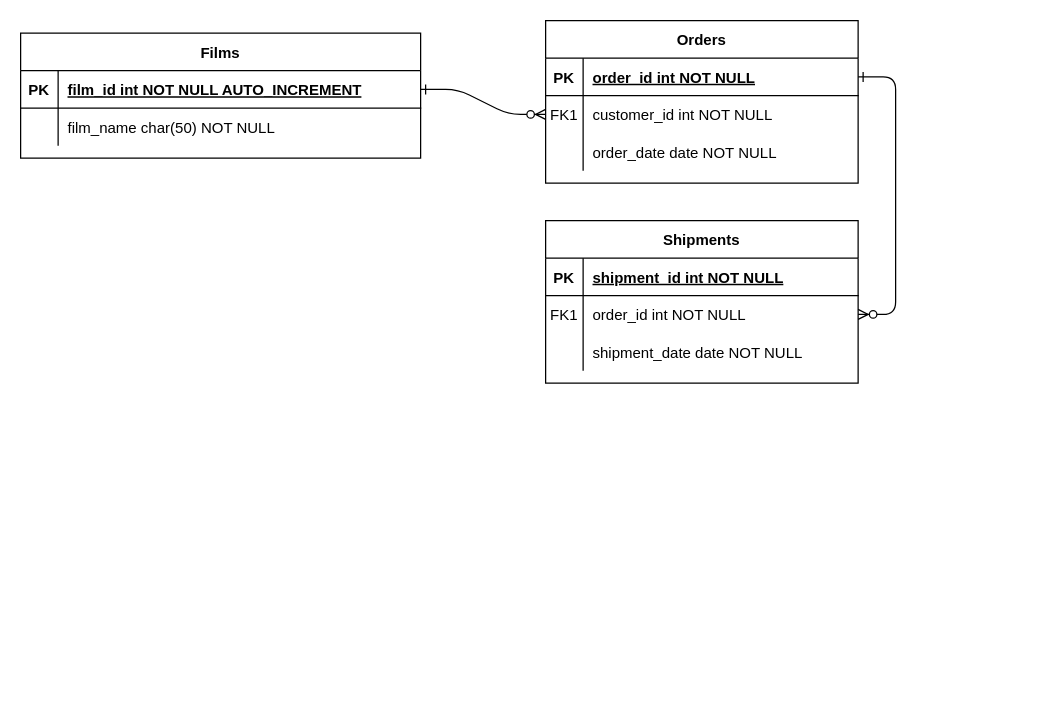
Above: Documents/Film TV Tracker ER diagram ver 1.drawio in Tasdiq-Dewan/Film-TV-Tracker-Project (draw.io), before the change. Source tidied: cells renumbered, new cells numbered last; positions are measured from the earlier drawing's top-left corner, leaving out a move shared by most shapes. Both pictures are drawn from the tidied source at 125%, with x=0, y=0 at pixel (20, 20).
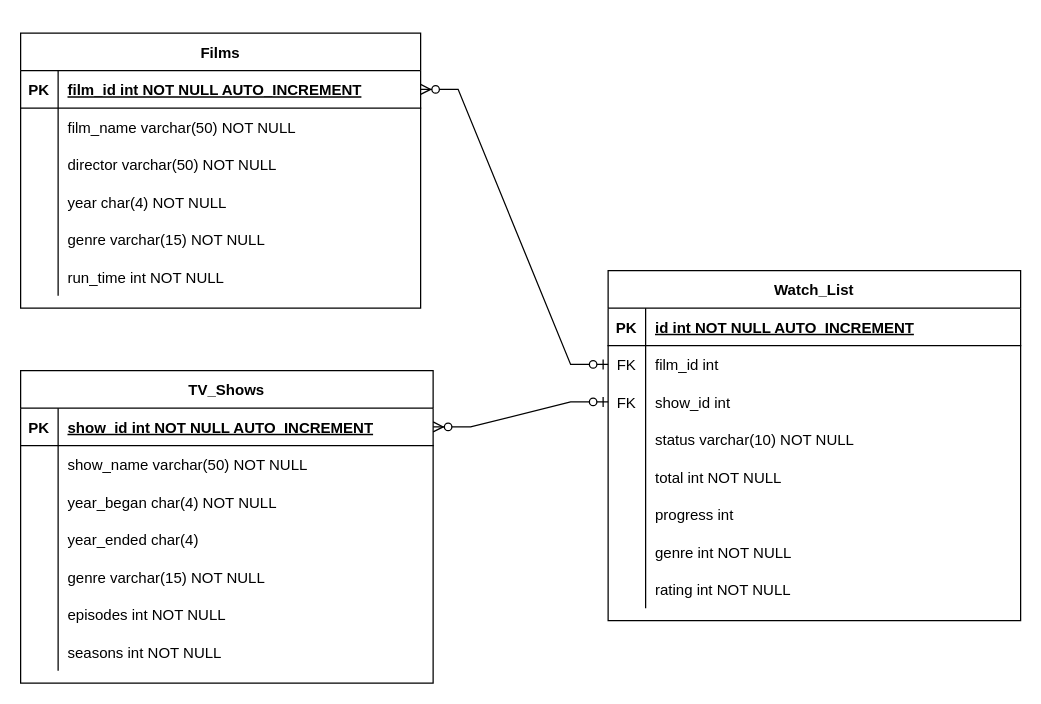
The same page after the edit.

Commit message (it also covers changes not shown here):
finished version 1 of ER diagram and exported PNG

Unchanged cells that the change refers to:
```xml
<mxCell id="25" style="shape=partialRectangle;fillColor=none;points=[[0,0.5],[1,0.5]];portConstraint=eastwest;top=0;left=0;right=0;bottom=1;" parent="24" vertex="1">
  <mxGeometry y="30" width="320" height="30" as="geometry" />
</mxCell>
<mxCell id="28" style="shape=partialRectangle;fillColor=none;top=0;left=0;right=0;bottom=0;" parent="24" vertex="1">
  <mxGeometry y="60" width="320" height="30" as="geometry" />
</mxCell>
```

The edit, as a diff of the source:
```diff
@@
-    <mxCell id="2" style="edgeStyle=entityRelationEdgeStyle;endArrow=ERzeroToMany;startArrow=ERone;endFill=1;startFill=0;" parent="1" edge="1" source="25" target="8">
-      <mxGeometry relative="1" as="geometry" />
-    </mxCell>
-    <mxCell id="3" style="edgeStyle=entityRelationEdgeStyle;endArrow=ERzeroToMany;startArrow=ERone;endFill=1;startFill=0;" parent="1" edge="1" source="5" target="18">
-      <mxGeometry relative="1" as="geometry" />
-    </mxCell>
-    <mxCell id="4" value="Orders" style="shape=table;startSize=30;childLayout=tableLayout;rowLines=0;fontStyle=1;align=center;" parent="1" vertex="1">
-      <mxGeometry x="420" width="250" height="130" as="geometry" />
-    </mxCell>
-    <mxCell id="5" style="shape=partialRectangle;fillColor=none;points=[[0,0.5],[1,0.5]];portConstraint=eastwest;top=0;left=0;right=0;bottom=1;" parent="4" vertex="1">
-      <mxGeometry y="30" width="250" height="30" as="geometry" />
-    </mxCell>
-    <mxCell id="6" value="PK" style="shape=partialRectangle;overflow=hidden;fillColor=none;top=0;left=0;bottom=0;right=0;fontStyle=1;" parent="5" vertex="1">
-      <mxGeometry width="30" height="30" as="geometry" />
-    </mxCell>
-    <mxCell id="7" value="order_id int NOT NULL " style="shape=partialRectangle;overflow=hidden;fillColor=none;top=0;left=0;bottom=0;right=0;align=left;spacingLeft=6;fontStyle=5;" parent="5" vertex="1">
-      <mxGeometry x="30" width="220" height="30" as="geometry" />
-    </mxCell>
-    <mxCell id="8" style="shape=partialRectangle;fillColor=none;points=[[0,0.5],[1,0.5]];portConstraint=eastwest;top=0;left=0;right=0;bottom=0;" parent="4" vertex="1">
-      <mxGeometry y="60" width="250" height="30" as="geometry" />
-    </mxCell>
-    <mxCell id="9" value="FK1" style="shape=partialRectangle;overflow=hidden;fillColor=none;top=0;left=0;bottom=0;right=0;" parent="8" vertex="1">
-      <mxGeometry width="30" height="30" as="geometry" />
-    </mxCell>
-    <mxCell id="10" value="customer_id int NOT NULL" style="shape=partialRectangle;overflow=hidden;fillColor=none;top=0;left=0;bottom=0;right=0;align=left;spacingLeft=6;" parent="8" vertex="1">
-      <mxGeometry x="30" width="220" height="30" as="geometry" />
-    </mxCell>
-    <mxCell id="11" style="shape=partialRectangle;fillColor=none;top=0;left=0;right=0;bottom=0;" parent="4" vertex="1">
-      <mxGeometry y="90" width="250" height="30" as="geometry" />
-    </mxCell>
-    <mxCell id="12" style="shape=partialRectangle;overflow=hidden;fillColor=none;top=0;left=0;bottom=0;right=0;" parent="11" vertex="1">
-      <mxGeometry width="30" height="30" as="geometry" />
-    </mxCell>
-    <mxCell id="13" value="order_date date NOT NULL" style="shape=partialRectangle;overflow=hidden;fillColor=none;top=0;left=0;bottom=0;right=0;align=left;spacingLeft=6;" parent="11" vertex="1">
-      <mxGeometry x="30" width="220" height="30" as="geometry" />
-    </mxCell>
-    <mxCell id="14" value="Shipments" style="shape=table;startSize=30;childLayout=tableLayout;rowLines=0;fontStyle=1;align=center;" parent="1" vertex="1">
-      <mxGeometry x="420" y="160" width="250" height="130" as="geometry" />
-    </mxCell>
-    <mxCell id="15" style="shape=partialRectangle;fillColor=none;top=0;left=0;right=0;bottom=1;" parent="14" vertex="1">
-      <mxGeometry y="30" width="250" height="30" as="geometry" />
-    </mxCell>
-    <mxCell id="16" value="PK" style="shape=partialRectangle;overflow=hidden;fillColor=none;top=0;left=0;bottom=0;right=0;fontStyle=1;" parent="15" vertex="1">
-      <mxGeometry width="30" height="30" as="geometry" />
-    </mxCell>
-    <mxCell id="17" value="shipment_id int NOT NULL " style="shape=partialRectangle;overflow=hidden;fillColor=none;top=0;left=0;bottom=0;right=0;align=left;spacingLeft=6;fontStyle=5;" parent="15" vertex="1">
-      <mxGeometry x="30" width="220" height="30" as="geometry" />
-    </mxCell>
-    <mxCell id="18" style="shape=partialRectangle;fillColor=none;points=[[0,0.5],[1,0.5]];portConstraint=eastwest;top=0;left=0;right=0;bottom=0;" parent="14" vertex="1">
-      <mxGeometry y="60" width="250" height="30" as="geometry" />
-    </mxCell>
-    <mxCell id="19" value="FK1" style="shape=partialRectangle;overflow=hidden;fillColor=none;top=0;left=0;bottom=0;right=0;" parent="18" vertex="1">
-      <mxGeometry width="30" height="30" as="geometry" />
-    </mxCell>
-    <mxCell id="20" value="order_id int NOT NULL" style="shape=partialRectangle;overflow=hidden;fillColor=none;top=0;left=0;bottom=0;right=0;align=left;spacingLeft=6;" parent="18" vertex="1">
-      <mxGeometry x="30" width="220" height="30" as="geometry" />
-    </mxCell>
-    <mxCell id="21" style="shape=partialRectangle;fillColor=none;top=0;left=0;right=0;bottom=0;" parent="14" vertex="1">
-      <mxGeometry y="90" width="250" height="30" as="geometry" />
-    </mxCell>
-    <mxCell id="22" style="shape=partialRectangle;overflow=hidden;fillColor=none;top=0;left=0;bottom=0;right=0;" parent="21" vertex="1">
-      <mxGeometry width="30" height="30" as="geometry" />
-    </mxCell>
-    <mxCell id="23" value="shipment_date date NOT NULL" style="shape=partialRectangle;overflow=hidden;fillColor=none;top=0;left=0;bottom=0;right=0;align=left;spacingLeft=6;" parent="21" vertex="1">
-      <mxGeometry x="30" width="220" height="30" as="geometry" />
-    </mxCell>
     <mxCell id="24" value="Films" style="shape=table;startSize=30;childLayout=tableLayout;rowLines=0;fontStyle=1;align=center;" parent="1" vertex="1">
-      <mxGeometry y="10" width="320" height="100" as="geometry" />
+      <mxGeometry y="10" width="320" height="220" as="geometry" />
     </mxCell>
@@
-    <mxCell id="30" value="film_name char(50) NOT NULL" style="shape=partialRectangle;overflow=hidden;fillColor=none;top=0;left=0;bottom=0;right=0;align=left;spacingLeft=6;" parent="28" vertex="1">
+    <mxCell id="30" value="film_name varchar(50) NOT NULL" style="shape=partialRectangle;overflow=hidden;fillColor=none;top=0;left=0;bottom=0;right=0;align=left;spacingLeft=6;" parent="28" vertex="1">
       <mxGeometry x="30" width="290" height="30" as="geometry" />
     </mxCell>
+    <mxCell id="31" style="shape=tableRow;horizontal=0;startSize=0;swimlaneHead=0;swimlaneBody=0;fillColor=none;top=0;left=0;right=0;bottom=0;" parent="24" vertex="1">
+      <mxGeometry y="90" width="320" height="30" as="geometry" />
+    </mxCell>
+    <mxCell id="32" style="shape=partialRectangle;fillColor=none;top=0;left=0;bottom=0;right=0;overflow=hidden;" parent="31" vertex="1">
+      <mxGeometry width="30" height="30" as="geometry" />
+    </mxCell>
+    <mxCell id="33" value="director varchar(50) NOT NULL" style="shape=partialRectangle;fillColor=none;top=0;left=0;bottom=0;right=0;align=left;spacingLeft=6;overflow=hidden;" parent="31" vertex="1">
+      <mxGeometry x="30" width="290" height="30" as="geometry" />
+    </mxCell>
+    <mxCell id="34" style="shape=tableRow;horizontal=0;startSize=0;swimlaneHead=0;swimlaneBody=0;fillColor=none;top=0;left=0;right=0;bottom=0;" parent="24" vertex="1">
+      <mxGeometry y="120" width="320" height="30" as="geometry" />
+    </mxCell>
+    <mxCell id="35" style="shape=partialRectangle;fillColor=none;top=0;left=0;bottom=0;right=0;overflow=hidden;" parent="34" vertex="1">
+      <mxGeometry width="30" height="30" as="geometry" />
+    </mxCell>
+    <mxCell id="36" value="year char(4) NOT NULL" style="shape=partialRectangle;fillColor=none;top=0;left=0;bottom=0;right=0;align=left;spacingLeft=6;overflow=hidden;" parent="34" vertex="1">
+      <mxGeometry x="30" width="290" height="30" as="geometry" />
+    </mxCell>
+    <mxCell id="37" style="shape=tableRow;horizontal=0;startSize=0;swimlaneHead=0;swimlaneBody=0;fillColor=none;top=0;left=0;right=0;bottom=0;" parent="24" vertex="1">
+      <mxGeometry y="150" width="320" height="30" as="geometry" />
+    </mxCell>
+    <mxCell id="38" style="shape=partialRectangle;fillColor=none;top=0;left=0;bottom=0;right=0;overflow=hidden;" parent="37" vertex="1">
+      <mxGeometry width="30" height="30" as="geometry" />
+    </mxCell>
+    <mxCell id="39" value="genre varchar(15) NOT NULL" style="shape=partialRectangle;fillColor=none;top=0;left=0;bottom=0;right=0;align=left;spacingLeft=6;overflow=hidden;" parent="37" vertex="1">
+      <mxGeometry x="30" width="290" height="30" as="geometry" />
+    </mxCell>
+    <mxCell id="40" style="shape=tableRow;horizontal=0;startSize=0;swimlaneHead=0;swimlaneBody=0;fillColor=none;top=0;left=0;right=0;bottom=0;" parent="24" vertex="1">
+      <mxGeometry y="180" width="320" height="30" as="geometry" />
+    </mxCell>
+    <mxCell id="41" style="shape=partialRectangle;fillColor=none;top=0;left=0;bottom=0;right=0;overflow=hidden;" parent="40" vertex="1">
+      <mxGeometry width="30" height="30" as="geometry" />
+    </mxCell>
+    <mxCell id="42" value="run_time int NOT NULL" style="shape=partialRectangle;fillColor=none;top=0;left=0;bottom=0;right=0;align=left;spacingLeft=6;overflow=hidden;" parent="40" vertex="1">
+      <mxGeometry x="30" width="290" height="30" as="geometry" />
+    </mxCell>
+    <mxCell id="43" value="TV_Shows" style="shape=table;startSize=30;childLayout=tableLayout;rowLines=0;fontStyle=1;align=center;" parent="1" vertex="1">
+      <mxGeometry y="280" width="330" height="250" as="geometry" />
+    </mxCell>
+    <mxCell id="44" style="shape=tableRow;horizontal=0;startSize=0;swimlaneHead=0;swimlaneBody=0;fillColor=none;points=[[0,0.5],[1,0.5]];portConstraint=eastwest;top=0;left=0;right=0;bottom=1;" parent="43" vertex="1">
+      <mxGeometry y="30" width="330" height="30" as="geometry" />
+    </mxCell>
+    <mxCell id="45" value="PK" style="shape=partialRectangle;fillColor=none;top=0;left=0;bottom=0;right=0;fontStyle=1;overflow=hidden;" parent="44" vertex="1">
+      <mxGeometry width="30" height="30" as="geometry" />
+    </mxCell>
+    <mxCell id="46" value="show_id int NOT NULL AUTO_INCREMENT" style="shape=partialRectangle;fillColor=none;top=0;left=0;bottom=0;right=0;align=left;spacingLeft=6;fontStyle=5;overflow=hidden;" parent="44" vertex="1">
+      <mxGeometry x="30" width="300" height="30" as="geometry" />
+    </mxCell>
+    <mxCell id="47" style="shape=tableRow;horizontal=0;startSize=0;swimlaneHead=0;swimlaneBody=0;fillColor=none;top=0;left=0;right=0;bottom=0;" parent="43" vertex="1">
+      <mxGeometry y="60" width="330" height="30" as="geometry" />
+    </mxCell>
+    <mxCell id="48" style="shape=partialRectangle;fillColor=none;top=0;left=0;bottom=0;right=0;overflow=hidden;" parent="47" vertex="1">
+      <mxGeometry width="30" height="30" as="geometry" />
+    </mxCell>
+    <mxCell id="49" value="show_name varchar(50) NOT NULL" style="shape=partialRectangle;fillColor=none;top=0;left=0;bottom=0;right=0;align=left;spacingLeft=6;overflow=hidden;" parent="47" vertex="1">
+      <mxGeometry x="30" width="300" height="30" as="geometry" />
+    </mxCell>
+    <mxCell id="50" style="shape=tableRow;horizontal=0;startSize=0;swimlaneHead=0;swimlaneBody=0;fillColor=none;top=0;left=0;right=0;bottom=0;" parent="43" vertex="1">
+      <mxGeometry y="90" width="330" height="30" as="geometry" />
+    </mxCell>
+    <mxCell id="51" style="shape=partialRectangle;fillColor=none;top=0;left=0;bottom=0;right=0;overflow=hidden;" parent="50" vertex="1">
+      <mxGeometry width="30" height="30" as="geometry" />
+    </mxCell>
+    <mxCell id="52" value="year_began char(4) NOT NULL" style="shape=partialRectangle;fillColor=none;top=0;left=0;bottom=0;right=0;align=left;spacingLeft=6;overflow=hidden;" parent="50" vertex="1">
+      <mxGeometry x="30" width="300" height="30" as="geometry" />
+    </mxCell>
+    <mxCell id="53" style="shape=tableRow;horizontal=0;startSize=0;swimlaneHead=0;swimlaneBody=0;fillColor=none;top=0;left=0;right=0;bottom=0;" parent="43" vertex="1">
+      <mxGeometry y="120" width="330" height="30" as="geometry" />
+    </mxCell>
+    <mxCell id="54" style="shape=partialRectangle;fillColor=none;top=0;left=0;bottom=0;right=0;overflow=hidden;" parent="53" vertex="1">
+      <mxGeometry width="30" height="30" as="geometry" />
+    </mxCell>
+    <mxCell id="55" value="year_ended char(4) " style="shape=partialRectangle;fillColor=none;top=0;left=0;bottom=0;right=0;align=left;spacingLeft=6;overflow=hidden;" parent="53" vertex="1">
+      <mxGeometry x="30" width="300" height="30" as="geometry" />
+    </mxCell>
+    <mxCell id="56" style="shape=tableRow;horizontal=0;startSize=0;swimlaneHead=0;swimlaneBody=0;fillColor=none;top=0;left=0;right=0;bottom=0;" parent="43" vertex="1">
+      <mxGeometry y="150" width="330" height="30" as="geometry" />
+    </mxCell>
+    <mxCell id="57" style="shape=partialRectangle;fillColor=none;top=0;left=0;bottom=0;right=0;overflow=hidden;" parent="56" vertex="1">
+      <mxGeometry width="30" height="30" as="geometry" />
+    </mxCell>
+    <mxCell id="58" value="genre varchar(15) NOT NULL" style="shape=partialRectangle;fillColor=none;top=0;left=0;bottom=0;right=0;align=left;spacingLeft=6;overflow=hidden;" parent="56" vertex="1">
+      <mxGeometry x="30" width="300" height="30" as="geometry" />
+    </mxCell>
+    <mxCell id="59" style="shape=tableRow;horizontal=0;startSize=0;swimlaneHead=0;swimlaneBody=0;fillColor=none;top=0;left=0;right=0;bottom=0;" parent="43" vertex="1">
+      <mxGeometry y="180" width="330" height="30" as="geometry" />
+    </mxCell>
+    <mxCell id="60" style="shape=partialRectangle;fillColor=none;top=0;left=0;bottom=0;right=0;overflow=hidden;" parent="59" vertex="1">
+      <mxGeometry width="30" height="30" as="geometry" />
+    </mxCell>
+    <mxCell id="61" value="episodes int NOT NULL" style="shape=partialRectangle;fillColor=none;top=0;left=0;bottom=0;right=0;align=left;spacingLeft=6;overflow=hidden;" parent="59" vertex="1">
+      <mxGeometry x="30" width="300" height="30" as="geometry" />
+    </mxCell>
+    <mxCell id="62" style="shape=tableRow;horizontal=0;startSize=0;swimlaneHead=0;swimlaneBody=0;fillColor=none;top=0;left=0;right=0;bottom=0;" parent="43" vertex="1">
+      <mxGeometry y="210" width="330" height="30" as="geometry" />
+    </mxCell>
+    <mxCell id="63" style="shape=partialRectangle;fillColor=none;top=0;left=0;bottom=0;right=0;overflow=hidden;" parent="62" vertex="1">
+      <mxGeometry width="30" height="30" as="geometry" />
+    </mxCell>
+    <mxCell id="64" value="seasons int NOT NULL" style="shape=partialRectangle;fillColor=none;top=0;left=0;bottom=0;right=0;align=left;spacingLeft=6;overflow=hidden;" parent="62" vertex="1">
+      <mxGeometry x="30" width="300" height="30" as="geometry" />
+    </mxCell>
+    <mxCell id="65" value="Watch_List" style="shape=table;startSize=30;childLayout=tableLayout;rowLines=0;fontStyle=1;align=center;" parent="1" vertex="1">
+      <mxGeometry x="470" y="200" width="330" height="280" as="geometry" />
+    </mxCell>
+    <mxCell id="66" style="shape=tableRow;horizontal=0;startSize=0;swimlaneHead=0;swimlaneBody=0;fillColor=none;top=0;left=0;right=0;bottom=1;" parent="65" vertex="1">
+      <mxGeometry y="30" width="330" height="30" as="geometry" />
+    </mxCell>
+    <mxCell id="67" value="PK" style="shape=partialRectangle;fillColor=none;top=0;left=0;bottom=0;right=0;fontStyle=1;overflow=hidden;" parent="66" vertex="1">
+      <mxGeometry width="30" height="30" as="geometry" />
+    </mxCell>
+    <mxCell id="68" value="id int NOT NULL AUTO_INCREMENT" style="shape=partialRectangle;fillColor=none;top=0;left=0;bottom=0;right=0;align=left;spacingLeft=6;fontStyle=5;overflow=hidden;" parent="66" vertex="1">
+      <mxGeometry x="30" width="300" height="30" as="geometry" />
+    </mxCell>
+    <mxCell id="69" style="shape=tableRow;horizontal=0;startSize=0;swimlaneHead=0;swimlaneBody=0;fillColor=none;points=[[0,0.5],[1,0.5]];portConstraint=eastwest;top=0;left=0;right=0;bottom=0;" parent="65" vertex="1">
+      <mxGeometry y="60" width="330" height="30" as="geometry" />
+    </mxCell>
+    <mxCell id="70" value="FK" style="shape=partialRectangle;fillColor=none;top=0;left=0;bottom=0;right=0;fontStyle=0;overflow=hidden;" parent="69" vertex="1">
+      <mxGeometry width="30" height="30" as="geometry" />
+    </mxCell>
+    <mxCell id="71" value="film_id int" style="shape=partialRectangle;fillColor=none;top=0;left=0;bottom=0;right=0;align=left;spacingLeft=6;fontStyle=0;overflow=hidden;" parent="69" vertex="1">
+      <mxGeometry x="30" width="300" height="30" as="geometry" />
+    </mxCell>
+    <mxCell id="72" style="shape=tableRow;horizontal=0;startSize=0;swimlaneHead=0;swimlaneBody=0;fillColor=none;points=[[0,0.5],[1,0.5]];portConstraint=eastwest;top=0;left=0;right=0;bottom=0;" parent="65" vertex="1">
+      <mxGeometry y="90" width="330" height="30" as="geometry" />
+    </mxCell>
+    <mxCell id="73" value="FK" style="shape=partialRectangle;fillColor=none;top=0;left=0;bottom=0;right=0;fontStyle=0;overflow=hidden;" parent="72" vertex="1">
+      <mxGeometry width="30" height="30" as="geometry" />
+    </mxCell>
+    <mxCell id="74" value="show_id int" style="shape=partialRectangle;fillColor=none;top=0;left=0;bottom=0;right=0;align=left;spacingLeft=6;fontStyle=0;overflow=hidden;" parent="72" vertex="1">
+      <mxGeometry x="30" width="300" height="30" as="geometry" />
+    </mxCell>
+    <mxCell id="75" style="shape=tableRow;horizontal=0;startSize=0;swimlaneHead=0;swimlaneBody=0;fillColor=none;top=0;left=0;right=0;bottom=0;" parent="65" vertex="1">
+      <mxGeometry y="120" width="330" height="30" as="geometry" />
+    </mxCell>
+    <mxCell id="76" style="shape=partialRectangle;fillColor=none;top=0;left=0;bottom=0;right=0;overflow=hidden;" parent="75" vertex="1">
+      <mxGeometry width="30" height="30" as="geometry" />
+    </mxCell>
+    <mxCell id="77" value="status varchar(10) NOT NULL" style="shape=partialRectangle;fillColor=none;top=0;left=0;bottom=0;right=0;align=left;spacingLeft=6;overflow=hidden;" parent="75" vertex="1">
+      <mxGeometry x="30" width="300" height="30" as="geometry" />
+    </mxCell>
+    <mxCell id="78" style="shape=tableRow;horizontal=0;startSize=0;swimlaneHead=0;swimlaneBody=0;fillColor=none;top=0;left=0;right=0;bottom=0;" parent="65" vertex="1">
+      <mxGeometry y="150" width="330" height="30" as="geometry" />
+    </mxCell>
+    <mxCell id="79" style="shape=partialRectangle;fillColor=none;top=0;left=0;bottom=0;right=0;overflow=hidden;" parent="78" vertex="1">
+      <mxGeometry width="30" height="30" as="geometry" />
+    </mxCell>
+    <mxCell id="80" value="total int NOT NULL" style="shape=partialRectangle;fillColor=none;top=0;left=0;bottom=0;right=0;align=left;spacingLeft=6;overflow=hidden;" parent="78" vertex="1">
+      <mxGeometry x="30" width="300" height="30" as="geometry" />
+    </mxCell>
+    <mxCell id="81" style="shape=tableRow;horizontal=0;startSize=0;swimlaneHead=0;swimlaneBody=0;fillColor=none;top=0;left=0;right=0;bottom=0;" parent="65" vertex="1">
+      <mxGeometry y="180" width="330" height="30" as="geometry" />
+    </mxCell>
+    <mxCell id="82" style="shape=partialRectangle;fillColor=none;top=0;left=0;bottom=0;right=0;overflow=hidden;" parent="81" vertex="1">
+      <mxGeometry width="30" height="30" as="geometry" />
+    </mxCell>
+    <mxCell id="83" value="progress int " style="shape=partialRectangle;fillColor=none;top=0;left=0;bottom=0;right=0;align=left;spacingLeft=6;overflow=hidden;" parent="81" vertex="1">
+      <mxGeometry x="30" width="300" height="30" as="geometry" />
+    </mxCell>
+    <mxCell id="84" style="shape=tableRow;horizontal=0;startSize=0;swimlaneHead=0;swimlaneBody=0;fillColor=none;top=0;left=0;right=0;bottom=0;" parent="65" vertex="1">
+      <mxGeometry y="210" width="330" height="30" as="geometry" />
+    </mxCell>
+    <mxCell id="85" style="shape=partialRectangle;fillColor=none;top=0;left=0;bottom=0;right=0;overflow=hidden;" parent="84" vertex="1">
+      <mxGeometry width="30" height="30" as="geometry" />
+    </mxCell>
+    <mxCell id="86" value="genre int NOT NULL" style="shape=partialRectangle;fillColor=none;top=0;left=0;bottom=0;right=0;align=left;spacingLeft=6;overflow=hidden;" parent="84" vertex="1">
+      <mxGeometry x="30" width="300" height="30" as="geometry" />
+    </mxCell>
+    <mxCell id="87" style="shape=tableRow;horizontal=0;startSize=0;swimlaneHead=0;swimlaneBody=0;fillColor=none;top=0;left=0;right=0;bottom=0;" parent="65" vertex="1">
+      <mxGeometry y="240" width="330" height="30" as="geometry" />
+    </mxCell>
+    <mxCell id="88" style="shape=partialRectangle;fillColor=none;top=0;left=0;bottom=0;right=0;overflow=hidden;" parent="87" vertex="1">
+      <mxGeometry width="30" height="30" as="geometry" />
+    </mxCell>
+    <mxCell id="89" value="rating int NOT NULL" style="shape=partialRectangle;fillColor=none;top=0;left=0;bottom=0;right=0;align=left;spacingLeft=6;overflow=hidden;" parent="87" vertex="1">
+      <mxGeometry x="30" width="300" height="30" as="geometry" />
+    </mxCell>
+    <mxCell id="90" style="edgeStyle=entityRelationEdgeStyle;fontSize=12;html=1;endArrow=ERzeroToMany;startArrow=ERzeroToOne;rounded=0;" parent="1" edge="1" source="69" target="25">
+      <mxGeometry relative="1" as="geometry" />
+    </mxCell>
+    <mxCell id="91" style="edgeStyle=entityRelationEdgeStyle;fontSize=12;html=1;endArrow=ERzeroToMany;startArrow=ERzeroToOne;rounded=0;" parent="1" edge="1" source="72" target="44">
+      <mxGeometry relative="1" as="geometry" />
+    </mxCell>
```
